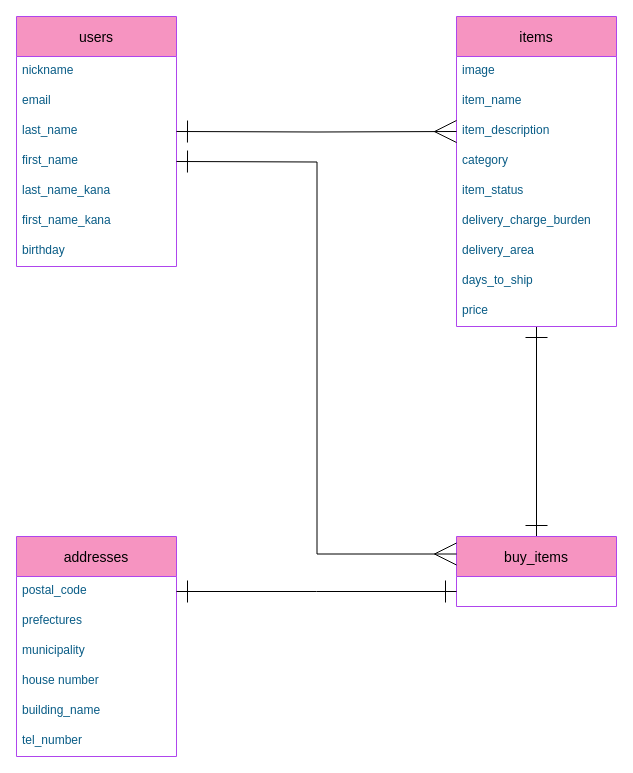
Above: ER.dio in moto-smas-mlt/furima-35070 (draw.io), before the change. Source tidied: cells renumbered, new cells numbered last; positions are measured from the earlier drawing's top-left corner, leaving out a move shared by most shapes. Both pictures are drawn from the tidied source at 100%, with x=0, y=0 at pixel (16, 16).
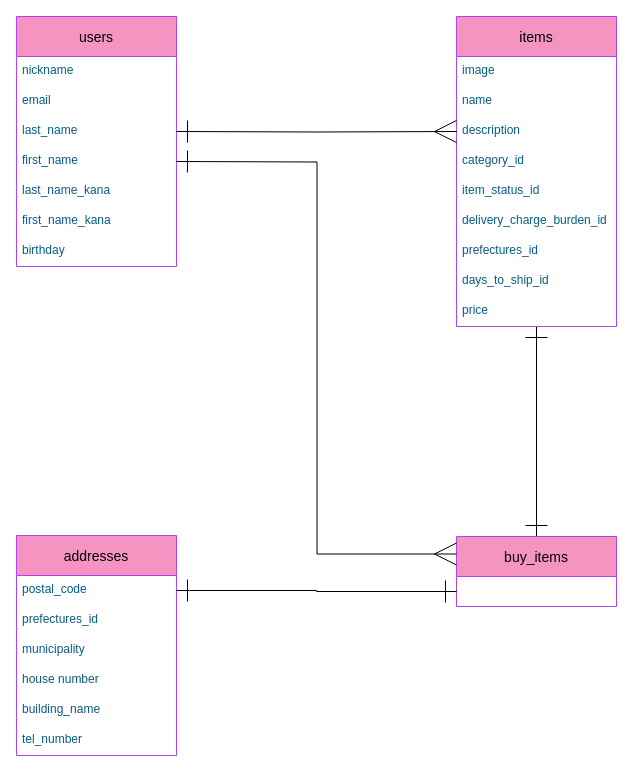
Above is the later version.

Unchanged cells that the change refers to:
```xml
<mxCell id="11" value="items" style="swimlane;fontStyle=0;horizontal=1;startSize=40;align=center;fontSize=14;rounded=0;sketch=0;strokeColor=#AF45ED;fillColor=#F694C1;" parent="1" vertex="1">
  <mxGeometry x="440" width="160" height="310" as="geometry" />
</mxCell>
<mxCell id="24" value="postal_code" style="text;strokeColor=none;fillColor=none;spacingLeft=4;spacingRight=4;overflow=hidden;points=[[0,0.5],[1,0.5]];portConstraint=eastwest;fontSize=12;fontColor=#095C86;" parent="23" vertex="1">
  <mxGeometry y="40" width="160" height="30" as="geometry" />
</mxCell>
```

Diff of the diagram source:
```diff
@@
-    <mxCell id="13" value="item_name" style="text;strokeColor=none;fillColor=none;spacingLeft=4;spacingRight=4;overflow=hidden;fontSize=12;fontColor=#095C86;" parent="11" vertex="1">
+    <mxCell id="13" value="name" style="text;strokeColor=none;fillColor=none;spacingLeft=4;spacingRight=4;overflow=hidden;fontSize=12;fontColor=#095C86;" parent="11" vertex="1">
       <mxGeometry y="70" width="160" height="30" as="geometry" />
     </mxCell>
-    <mxCell id="14" value="item_description" style="text;strokeColor=none;fillColor=none;spacingLeft=4;spacingRight=4;overflow=hidden;points=[[0,0.5],[1,0.5]];portConstraint=eastwest;fontSize=12;fontColor=#095C86;" parent="11" vertex="1">
+    <mxCell id="14" value="description" style="text;strokeColor=none;fillColor=none;spacingLeft=4;spacingRight=4;overflow=hidden;points=[[0,0.5],[1,0.5]];portConstraint=eastwest;fontSize=12;fontColor=#095C86;" parent="11" vertex="1">
       <mxGeometry y="100" width="160" height="30" as="geometry" />
     </mxCell>
-    <mxCell id="15" value="category" style="text;strokeColor=none;fillColor=none;spacingLeft=4;spacingRight=4;overflow=hidden;fontSize=12;fontColor=#095C86;" parent="11" vertex="1">
+    <mxCell id="15" value="category_id" style="text;strokeColor=none;fillColor=none;spacingLeft=4;spacingRight=4;overflow=hidden;fontSize=12;fontColor=#095C86;" parent="11" vertex="1">
       <mxGeometry y="130" width="160" height="30" as="geometry" />
     </mxCell>
-    <mxCell id="16" value="item_status" style="text;strokeColor=none;fillColor=none;spacingLeft=4;spacingRight=4;overflow=hidden;fontSize=12;fontColor=#095C86;" parent="11" vertex="1">
+    <mxCell id="16" value="item_status_id" style="text;strokeColor=none;fillColor=none;spacingLeft=4;spacingRight=4;overflow=hidden;fontSize=12;fontColor=#095C86;" parent="11" vertex="1">
       <mxGeometry y="160" width="160" height="30" as="geometry" />
     </mxCell>
-    <mxCell id="17" value="delivery_charge_burden" style="text;strokeColor=none;fillColor=none;spacingLeft=4;spacingRight=4;overflow=hidden;fontSize=12;fontColor=#095C86;" parent="11" vertex="1">
+    <mxCell id="17" value="delivery_charge_burden_id" style="text;strokeColor=none;fillColor=none;spacingLeft=4;spacingRight=4;overflow=hidden;fontSize=12;fontColor=#095C86;" parent="11" vertex="1">
       <mxGeometry y="190" width="160" height="30" as="geometry" />
     </mxCell>
-    <mxCell id="18" value="delivery_area" style="text;strokeColor=none;fillColor=none;spacingLeft=4;spacingRight=4;overflow=hidden;fontSize=12;fontColor=#095C86;" parent="11" vertex="1">
+    <mxCell id="18" value="prefectures_id" style="text;strokeColor=none;fillColor=none;spacingLeft=4;spacingRight=4;overflow=hidden;fontSize=12;fontColor=#095C86;" parent="11" vertex="1">
       <mxGeometry y="220" width="160" height="30" as="geometry" />
     </mxCell>
-    <mxCell id="19" value="days_to_ship" style="text;strokeColor=none;fillColor=none;spacingLeft=4;spacingRight=4;overflow=hidden;fontSize=12;fontColor=#095C86;" parent="11" vertex="1">
+    <mxCell id="19" value="days_to_ship_id" style="text;strokeColor=none;fillColor=none;spacingLeft=4;spacingRight=4;overflow=hidden;fontSize=12;fontColor=#095C86;" parent="11" vertex="1">
       <mxGeometry y="250" width="160" height="30" as="geometry" />
     </mxCell>
@@
     <mxCell id="23" value="addresses" style="swimlane;fontStyle=0;horizontal=1;startSize=40;align=center;fontSize=14;rounded=0;sketch=0;strokeColor=#AF45ED;fillColor=#F694C1;" parent="1" vertex="1">
-      <mxGeometry y="520" width="160" height="220" as="geometry" />
+      <mxGeometry y="519" width="160" height="220" as="geometry" />
     </mxCell>
@@
-    <mxCell id="25" value="prefectures" style="text;strokeColor=none;fillColor=none;spacingLeft=4;spacingRight=4;overflow=hidden;fontSize=12;fontColor=#095C86;" parent="23" vertex="1">
+    <mxCell id="25" value="prefectures_id" style="text;strokeColor=none;fillColor=none;spacingLeft=4;spacingRight=4;overflow=hidden;fontSize=12;fontColor=#095C86;" parent="23" vertex="1">
       <mxGeometry y="70" width="160" height="30" as="geometry" />
     </mxCell>
@@
     <mxCell id="31" style="edgeStyle=orthogonalEdgeStyle;rounded=0;jettySize=auto;html=1;exitX=1;exitY=0.5;exitDx=0;exitDy=0;endArrow=ERone;endFill=0;endSize=20;startSize=20;startArrow=ERone;startFill=0;" parent="1" edge="1" source="24">
       <mxGeometry relative="1" as="geometry">
         <mxPoint x="440" y="575" as="targetPoint" />
+        <Array as="points">
+          <mxPoint x="300" y="574" />
+          <mxPoint x="300" y="575" />
+        </Array>
       </mxGeometry>
     </mxCell>
```
